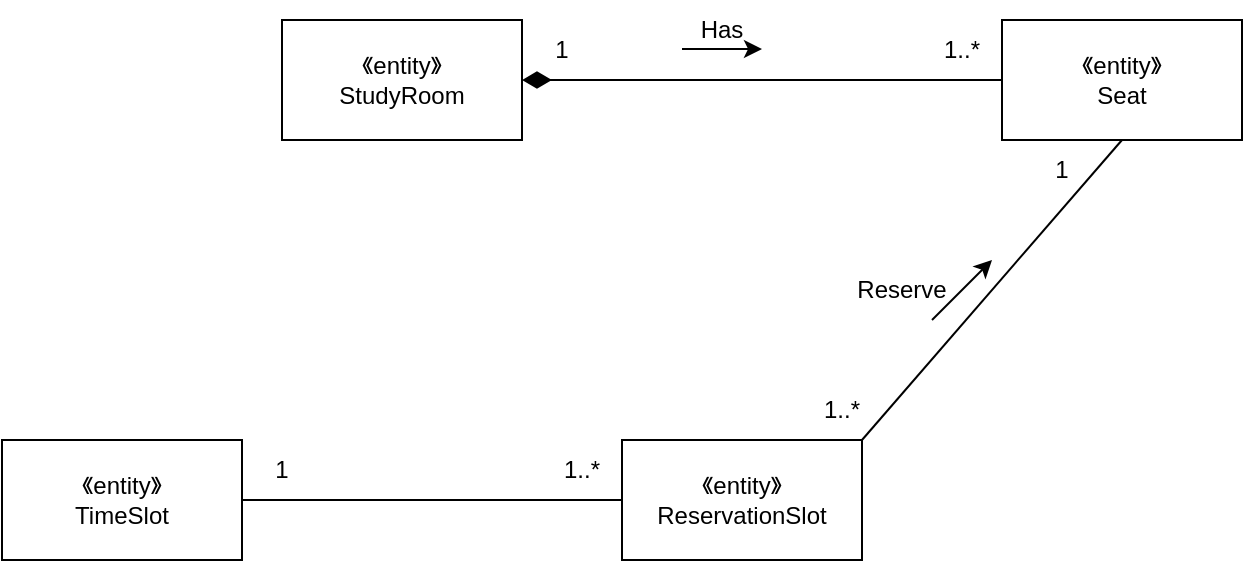
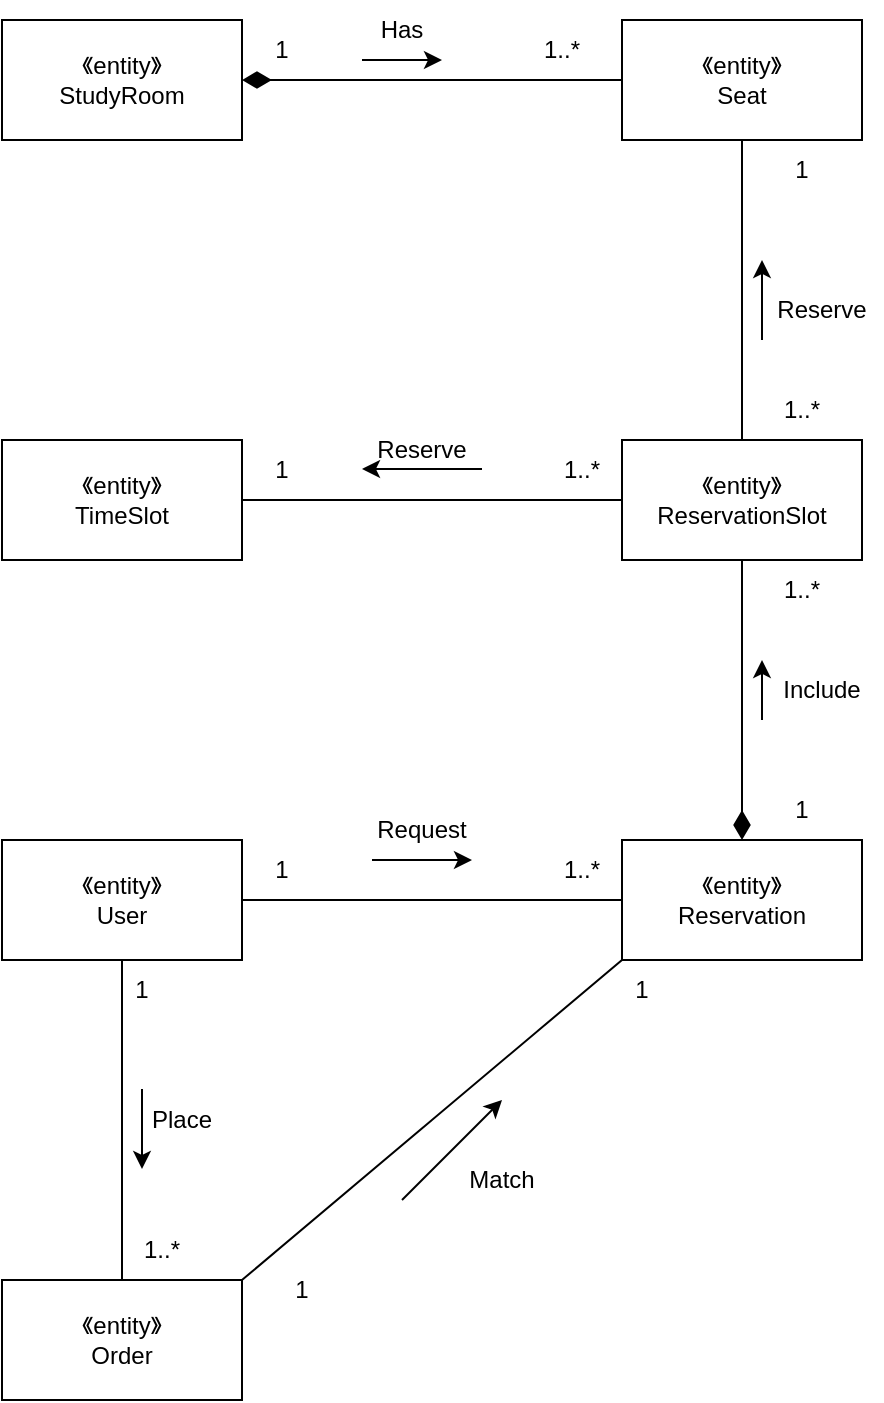
<mxfile host="app.diagrams.net">
  <diagram name="第 1 页" id="FfXQhYBhlBrjQdiIwoSe">
    <mxGraphModel dx="2028" dy="679" grid="1" gridSize="10" guides="1" tooltips="1" connect="1" arrows="1" fold="1" page="1" pageScale="1" pageWidth="827" pageHeight="1169" math="0" shadow="0">
      <root>
        <mxCell id="0" />
        <mxCell id="1" parent="0" />
        <mxCell id="E3a9ObprygEwbO2v6nmm-3" edge="1" parent="1" source="E3a9ObprygEwbO2v6nmm-1" style="edgeStyle=orthogonalEdgeStyle;rounded=0;orthogonalLoop=1;jettySize=auto;html=1;exitX=1;exitY=0.5;exitDx=0;exitDy=0;entryX=0;entryY=0.5;entryDx=0;entryDy=0;endArrow=none;endFill=0;startArrow=diamondThin;startFill=1;startSize=12;" target="E3a9ObprygEwbO2v6nmm-2">
          <mxGeometry relative="1" as="geometry" />
        </mxCell>
        <mxCell id="E3a9ObprygEwbO2v6nmm-1" parent="1" style="rounded=0;whiteSpace=wrap;html=1;" value="&lt;div&gt;《entity》&lt;/div&gt;&lt;div&gt;StudyRoom&lt;/div&gt;" vertex="1">
-           <mxGeometry height="60" width="120" x="30" y="50" as="geometry" />
+           <mxGeometry height="60" width="120" x="-110" y="50" as="geometry" />
        </mxCell>
-         <mxCell id="E3a9ObprygEwbO2v6nmm-11" edge="1" parent="1" source="E3a9ObprygEwbO2v6nmm-2" style="rounded=0;orthogonalLoop=1;jettySize=auto;html=1;exitX=0.5;exitY=1;exitDx=0;exitDy=0;entryX=1;entryY=0;entryDx=0;entryDy=0;endArrow=none;endFill=0;" target="E3a9ObprygEwbO2v6nmm-10">
+         <mxCell id="E3a9ObprygEwbO2v6nmm-29" edge="1" parent="1" source="E3a9ObprygEwbO2v6nmm-2" style="rounded=0;orthogonalLoop=1;jettySize=auto;html=1;entryX=0.5;entryY=0;entryDx=0;entryDy=0;endArrow=none;endFill=0;" target="E3a9ObprygEwbO2v6nmm-10">
          <mxGeometry relative="1" as="geometry" />
        </mxCell>
        <mxCell id="E3a9ObprygEwbO2v6nmm-2" parent="1" style="rounded=0;whiteSpace=wrap;html=1;" value="&lt;div&gt;《entity》&lt;/div&gt;&lt;div&gt;Seat&lt;/div&gt;" vertex="1">
-           <mxGeometry height="60" width="120" x="390" y="50" as="geometry" />
+           <mxGeometry height="60" width="120" x="200" y="50" as="geometry" />
        </mxCell>
        <mxCell id="E3a9ObprygEwbO2v6nmm-4" parent="1" style="text;html=1;whiteSpace=wrap;strokeColor=none;fillColor=none;align=center;verticalAlign=middle;rounded=0;" value="1" vertex="1">
-           <mxGeometry height="30" width="60" x="140" y="50" as="geometry" />
+           <mxGeometry height="30" width="60" y="50" as="geometry" />
        </mxCell>
        <mxCell id="E3a9ObprygEwbO2v6nmm-5" parent="1" style="text;html=1;whiteSpace=wrap;strokeColor=none;fillColor=none;align=center;verticalAlign=middle;rounded=0;" value="1..*" vertex="1">
-           <mxGeometry height="30" width="60" x="340" y="50" as="geometry" />
+           <mxGeometry height="30" width="60" x="140" y="50" as="geometry" />
        </mxCell>
        <mxCell id="E3a9ObprygEwbO2v6nmm-7" edge="1" parent="1" style="endArrow=classic;html=1;rounded=0;" value="">
          <mxGeometry height="50" relative="1" width="50" as="geometry">
-             <mxPoint x="230" y="64.5" as="sourcePoint" />
-             <mxPoint x="270" y="64.5" as="targetPoint" />
+             <mxPoint x="70" y="70" as="sourcePoint" />
+             <mxPoint x="110" y="70" as="targetPoint" />
          </mxGeometry>
        </mxCell>
        <mxCell id="E3a9ObprygEwbO2v6nmm-8" parent="1" style="text;html=1;whiteSpace=wrap;strokeColor=none;fillColor=none;align=center;verticalAlign=middle;rounded=0;" value="Has" vertex="1">
-           <mxGeometry height="30" width="60" x="220" y="40" as="geometry" />
+           <mxGeometry height="30" width="60" x="60" y="40" as="geometry" />
+         </mxCell>
+         <mxCell id="E3a9ObprygEwbO2v6nmm-23" edge="1" parent="1" source="E3a9ObprygEwbO2v6nmm-10" style="rounded=0;orthogonalLoop=1;jettySize=auto;html=1;exitX=0.5;exitY=1;exitDx=0;exitDy=0;entryX=0.5;entryY=0;entryDx=0;entryDy=0;endArrow=diamondThin;endFill=1;endSize=12;" target="E3a9ObprygEwbO2v6nmm-22">
+           <mxGeometry relative="1" as="geometry" />
        </mxCell>
        <mxCell id="E3a9ObprygEwbO2v6nmm-10" parent="1" style="rounded=0;whiteSpace=wrap;html=1;" value="&lt;div&gt;《entity》&lt;/div&gt;&lt;div&gt;ReservationSlot&lt;/div&gt;" vertex="1">
          <mxGeometry height="60" width="120" x="200" y="260" as="geometry" />
        </mxCell>
        <mxCell id="E3a9ObprygEwbO2v6nmm-12" parent="1" style="text;html=1;whiteSpace=wrap;strokeColor=none;fillColor=none;align=center;verticalAlign=middle;rounded=0;" value="1..*" vertex="1">
-           <mxGeometry height="30" width="60" x="280" y="230" as="geometry" />
+           <mxGeometry height="30" width="60" x="260" y="230" as="geometry" />
        </mxCell>
        <mxCell id="E3a9ObprygEwbO2v6nmm-13" parent="1" style="text;html=1;whiteSpace=wrap;strokeColor=none;fillColor=none;align=center;verticalAlign=middle;rounded=0;" value="1" vertex="1">
-           <mxGeometry height="30" width="60" x="390" y="110" as="geometry" />
+           <mxGeometry height="30" width="60" x="260" y="110" as="geometry" />
        </mxCell>
        <mxCell id="E3a9ObprygEwbO2v6nmm-14" edge="1" parent="1" style="endArrow=classic;html=1;rounded=0;" value="">
          <mxGeometry height="50" relative="1" width="50" as="geometry">
-             <mxPoint x="355" y="200" as="sourcePoint" />
-             <mxPoint x="385" y="170" as="targetPoint" />
+             <mxPoint x="270" y="210" as="sourcePoint" />
+             <mxPoint x="270" y="170" as="targetPoint" />
          </mxGeometry>
        </mxCell>
        <mxCell id="E3a9ObprygEwbO2v6nmm-15" parent="1" style="text;html=1;whiteSpace=wrap;strokeColor=none;fillColor=none;align=center;verticalAlign=middle;rounded=0;" value="Reserve" vertex="1">
-           <mxGeometry height="30" width="60" x="310" y="170" as="geometry" />
+           <mxGeometry height="30" width="60" x="270" y="180" as="geometry" />
        </mxCell>
        <mxCell id="E3a9ObprygEwbO2v6nmm-17" edge="1" parent="1" source="E3a9ObprygEwbO2v6nmm-16" style="rounded=0;orthogonalLoop=1;jettySize=auto;html=1;exitX=1;exitY=0.5;exitDx=0;exitDy=0;entryX=0;entryY=0.5;entryDx=0;entryDy=0;endArrow=none;endFill=0;" target="E3a9ObprygEwbO2v6nmm-10">
          <mxGeometry relative="1" as="geometry" />
        </mxCell>
        <mxCell id="E3a9ObprygEwbO2v6nmm-16" parent="1" style="rounded=0;whiteSpace=wrap;html=1;" value="&lt;div&gt;《entity》&lt;/div&gt;&lt;div&gt;TimeSlot&lt;/div&gt;" vertex="1">
          <mxGeometry height="60" width="120" x="-110" y="260" as="geometry" />
        </mxCell>
        <mxCell id="E3a9ObprygEwbO2v6nmm-18" parent="1" style="text;html=1;whiteSpace=wrap;strokeColor=none;fillColor=none;align=center;verticalAlign=middle;rounded=0;" value="1" vertex="1">
          <mxGeometry height="30" width="60" y="260" as="geometry" />
        </mxCell>
        <mxCell id="E3a9ObprygEwbO2v6nmm-19" parent="1" style="text;html=1;whiteSpace=wrap;strokeColor=none;fillColor=none;align=center;verticalAlign=middle;rounded=0;" value="1..*" vertex="1">
          <mxGeometry height="30" width="60" x="150" y="260" as="geometry" />
        </mxCell>
+         <mxCell id="E3a9ObprygEwbO2v6nmm-20" edge="1" parent="1" style="endArrow=classic;html=1;rounded=0;" value="">
+           <mxGeometry height="50" relative="1" width="50" as="geometry">
+             <mxPoint x="130" y="274.5" as="sourcePoint" />
+             <mxPoint x="70" y="274.5" as="targetPoint" />
+           </mxGeometry>
+         </mxCell>
+         <mxCell id="E3a9ObprygEwbO2v6nmm-21" parent="1" style="text;html=1;whiteSpace=wrap;strokeColor=none;fillColor=none;align=center;verticalAlign=middle;rounded=0;" value="Reserve" vertex="1">
+           <mxGeometry height="30" width="60" x="70" y="250" as="geometry" />
+         </mxCell>
+         <mxCell id="E3a9ObprygEwbO2v6nmm-22" parent="1" style="rounded=0;whiteSpace=wrap;html=1;" value="&lt;div&gt;《entity》&lt;/div&gt;&lt;div&gt;Reservation&lt;/div&gt;" vertex="1">
+           <mxGeometry height="60" width="120" x="200" y="460" as="geometry" />
+         </mxCell>
+         <mxCell id="E3a9ObprygEwbO2v6nmm-24" parent="1" style="text;html=1;whiteSpace=wrap;strokeColor=none;fillColor=none;align=center;verticalAlign=middle;rounded=0;" value="1..*" vertex="1">
+           <mxGeometry height="30" width="60" x="260" y="320" as="geometry" />
+         </mxCell>
+         <mxCell id="E3a9ObprygEwbO2v6nmm-25" parent="1" style="text;html=1;whiteSpace=wrap;strokeColor=none;fillColor=none;align=center;verticalAlign=middle;rounded=0;" value="1" vertex="1">
+           <mxGeometry height="30" width="60" x="260" y="430" as="geometry" />
+         </mxCell>
+         <mxCell id="E3a9ObprygEwbO2v6nmm-26" edge="1" parent="1" style="endArrow=classic;html=1;rounded=0;" value="">
+           <mxGeometry height="50" relative="1" width="50" as="geometry">
+             <mxPoint x="270" y="400" as="sourcePoint" />
+             <mxPoint x="270" y="370" as="targetPoint" />
+           </mxGeometry>
+         </mxCell>
+         <mxCell id="E3a9ObprygEwbO2v6nmm-27" parent="1" style="text;html=1;whiteSpace=wrap;strokeColor=none;fillColor=none;align=center;verticalAlign=middle;rounded=0;" value="Include" vertex="1">
+           <mxGeometry height="30" width="60" x="270" y="370" as="geometry" />
+         </mxCell>
+         <mxCell id="E3a9ObprygEwbO2v6nmm-31" edge="1" parent="1" source="E3a9ObprygEwbO2v6nmm-30" style="rounded=0;orthogonalLoop=1;jettySize=auto;html=1;exitX=1;exitY=0.5;exitDx=0;exitDy=0;entryX=0;entryY=0.5;entryDx=0;entryDy=0;endArrow=none;endFill=0;" target="E3a9ObprygEwbO2v6nmm-22">
+           <mxGeometry relative="1" as="geometry" />
+         </mxCell>
+         <mxCell id="E3a9ObprygEwbO2v6nmm-37" edge="1" parent="1" source="E3a9ObprygEwbO2v6nmm-30" style="rounded=0;orthogonalLoop=1;jettySize=auto;html=1;exitX=0.5;exitY=1;exitDx=0;exitDy=0;entryX=0.5;entryY=0;entryDx=0;entryDy=0;endArrow=none;endFill=0;" target="E3a9ObprygEwbO2v6nmm-36">
+           <mxGeometry relative="1" as="geometry" />
+         </mxCell>
+         <mxCell id="E3a9ObprygEwbO2v6nmm-30" parent="1" style="rounded=0;whiteSpace=wrap;html=1;" value="&lt;div&gt;《entity》&lt;/div&gt;&lt;div&gt;User&lt;/div&gt;" vertex="1">
+           <mxGeometry height="60" width="120" x="-110" y="460" as="geometry" />
+         </mxCell>
+         <mxCell id="E3a9ObprygEwbO2v6nmm-32" parent="1" style="text;html=1;whiteSpace=wrap;strokeColor=none;fillColor=none;align=center;verticalAlign=middle;rounded=0;" value="1" vertex="1">
+           <mxGeometry height="30" width="60" y="460" as="geometry" />
+         </mxCell>
+         <mxCell id="E3a9ObprygEwbO2v6nmm-33" parent="1" style="text;html=1;whiteSpace=wrap;strokeColor=none;fillColor=none;align=center;verticalAlign=middle;rounded=0;" value="1..*" vertex="1">
+           <mxGeometry height="30" width="60" x="150" y="460" as="geometry" />
+         </mxCell>
+         <mxCell id="E3a9ObprygEwbO2v6nmm-34" edge="1" parent="1" style="endArrow=classic;html=1;rounded=0;" value="">
+           <mxGeometry height="50" relative="1" width="50" as="geometry">
+             <mxPoint x="75" y="470" as="sourcePoint" />
+             <mxPoint x="125" y="470" as="targetPoint" />
+           </mxGeometry>
+         </mxCell>
+         <mxCell id="E3a9ObprygEwbO2v6nmm-35" parent="1" style="text;html=1;whiteSpace=wrap;strokeColor=none;fillColor=none;align=center;verticalAlign=middle;rounded=0;" value="Request" vertex="1">
+           <mxGeometry height="30" width="60" x="70" y="440" as="geometry" />
+         </mxCell>
+         <mxCell id="E3a9ObprygEwbO2v6nmm-42" edge="1" parent="1" source="E3a9ObprygEwbO2v6nmm-36" style="rounded=0;orthogonalLoop=1;jettySize=auto;html=1;exitX=1;exitY=0;exitDx=0;exitDy=0;entryX=0;entryY=1;entryDx=0;entryDy=0;endArrow=none;endFill=0;" target="E3a9ObprygEwbO2v6nmm-22">
+           <mxGeometry relative="1" as="geometry" />
+         </mxCell>
+         <mxCell id="E3a9ObprygEwbO2v6nmm-36" parent="1" style="rounded=0;whiteSpace=wrap;html=1;" value="&lt;div&gt;《entity》&lt;/div&gt;&lt;div&gt;Order&lt;/div&gt;" vertex="1">
+           <mxGeometry height="60" width="120" x="-110" y="680" as="geometry" />
+         </mxCell>
+         <mxCell id="E3a9ObprygEwbO2v6nmm-38" parent="1" style="text;html=1;whiteSpace=wrap;strokeColor=none;fillColor=none;align=center;verticalAlign=middle;rounded=0;" value="1" vertex="1">
+           <mxGeometry height="30" width="60" x="-70" y="520" as="geometry" />
+         </mxCell>
+         <mxCell id="E3a9ObprygEwbO2v6nmm-39" parent="1" style="text;html=1;whiteSpace=wrap;strokeColor=none;fillColor=none;align=center;verticalAlign=middle;rounded=0;" value="1..*" vertex="1">
+           <mxGeometry height="30" width="60" x="-60" y="650" as="geometry" />
+         </mxCell>
+         <mxCell id="E3a9ObprygEwbO2v6nmm-40" edge="1" parent="1" style="endArrow=classic;html=1;rounded=0;" value="">
+           <mxGeometry height="50" relative="1" width="50" as="geometry">
+             <mxPoint x="-40" y="584.5" as="sourcePoint" />
+             <mxPoint x="-40" y="624.5" as="targetPoint" />
+           </mxGeometry>
+         </mxCell>
+         <mxCell id="E3a9ObprygEwbO2v6nmm-41" parent="1" style="text;html=1;whiteSpace=wrap;strokeColor=none;fillColor=none;align=center;verticalAlign=middle;rounded=0;" value="&lt;div&gt;Place&lt;/div&gt;" vertex="1">
+           <mxGeometry height="30" width="60" x="-50" y="584.5" as="geometry" />
+         </mxCell>
+         <mxCell id="E3a9ObprygEwbO2v6nmm-43" parent="1" style="text;html=1;whiteSpace=wrap;strokeColor=none;fillColor=none;align=center;verticalAlign=middle;rounded=0;" value="1" vertex="1">
+           <mxGeometry height="30" width="60" x="10" y="670" as="geometry" />
+         </mxCell>
+         <mxCell id="E3a9ObprygEwbO2v6nmm-44" parent="1" style="text;html=1;whiteSpace=wrap;strokeColor=none;fillColor=none;align=center;verticalAlign=middle;rounded=0;" value="1" vertex="1">
+           <mxGeometry height="30" width="60" x="180" y="520" as="geometry" />
+         </mxCell>
+         <mxCell id="E3a9ObprygEwbO2v6nmm-45" edge="1" parent="1" style="endArrow=classic;html=1;rounded=0;" value="">
+           <mxGeometry height="50" relative="1" width="50" as="geometry">
+             <mxPoint x="90" y="640" as="sourcePoint" />
+             <mxPoint x="140" y="590" as="targetPoint" />
+           </mxGeometry>
+         </mxCell>
+         <mxCell id="E3a9ObprygEwbO2v6nmm-46" parent="1" style="text;html=1;whiteSpace=wrap;strokeColor=none;fillColor=none;align=center;verticalAlign=middle;rounded=0;" value="Match" vertex="1">
+           <mxGeometry height="30" width="60" x="110" y="614.5" as="geometry" />
+         </mxCell>
      </root>
    </mxGraphModel>
  </diagram>
</mxfile>
